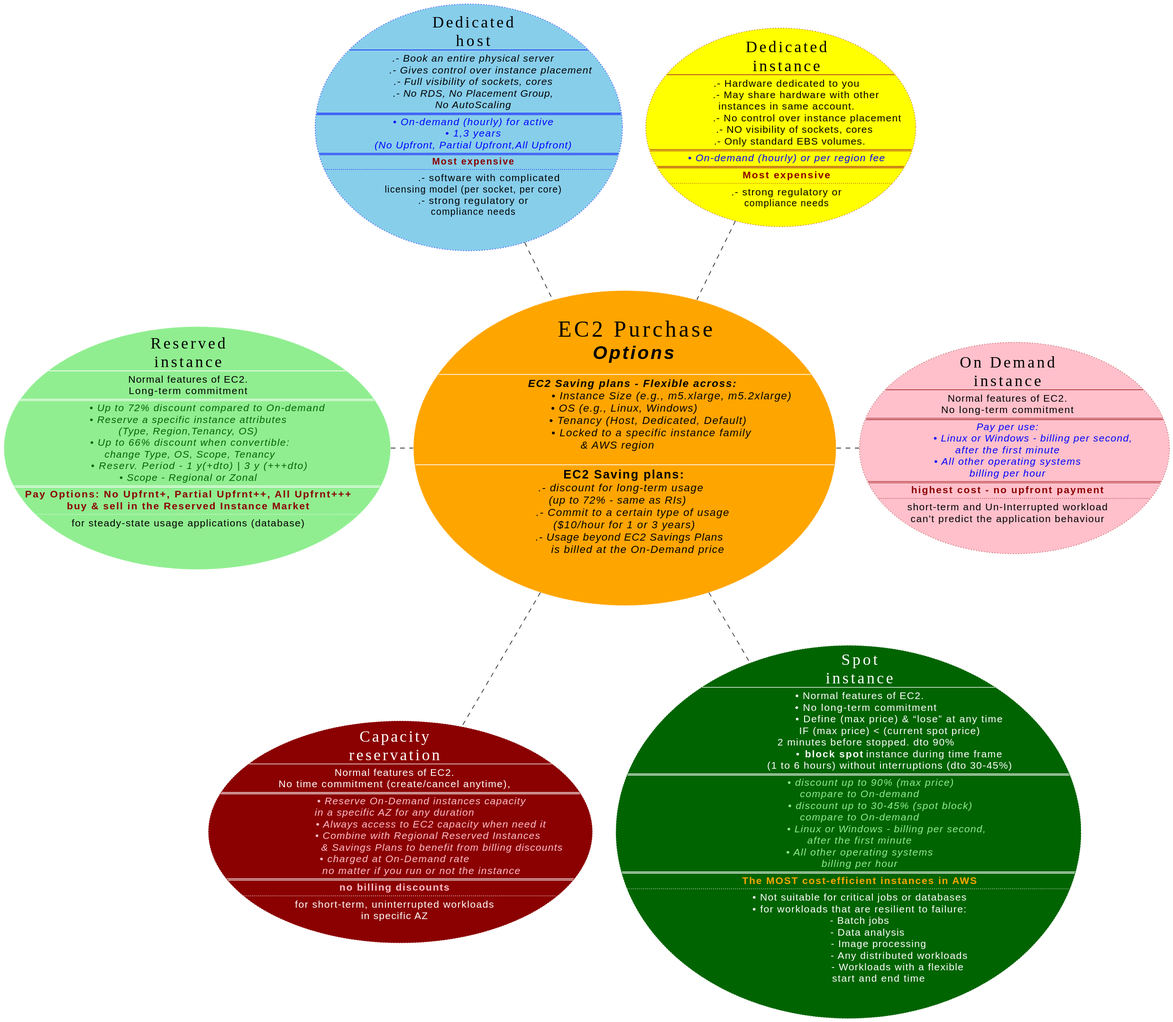
The PlantUML diagram assets/uml/003-ec2/ec2-purchase-options.svg in avall/AWS-SAA-C03, before a commit.
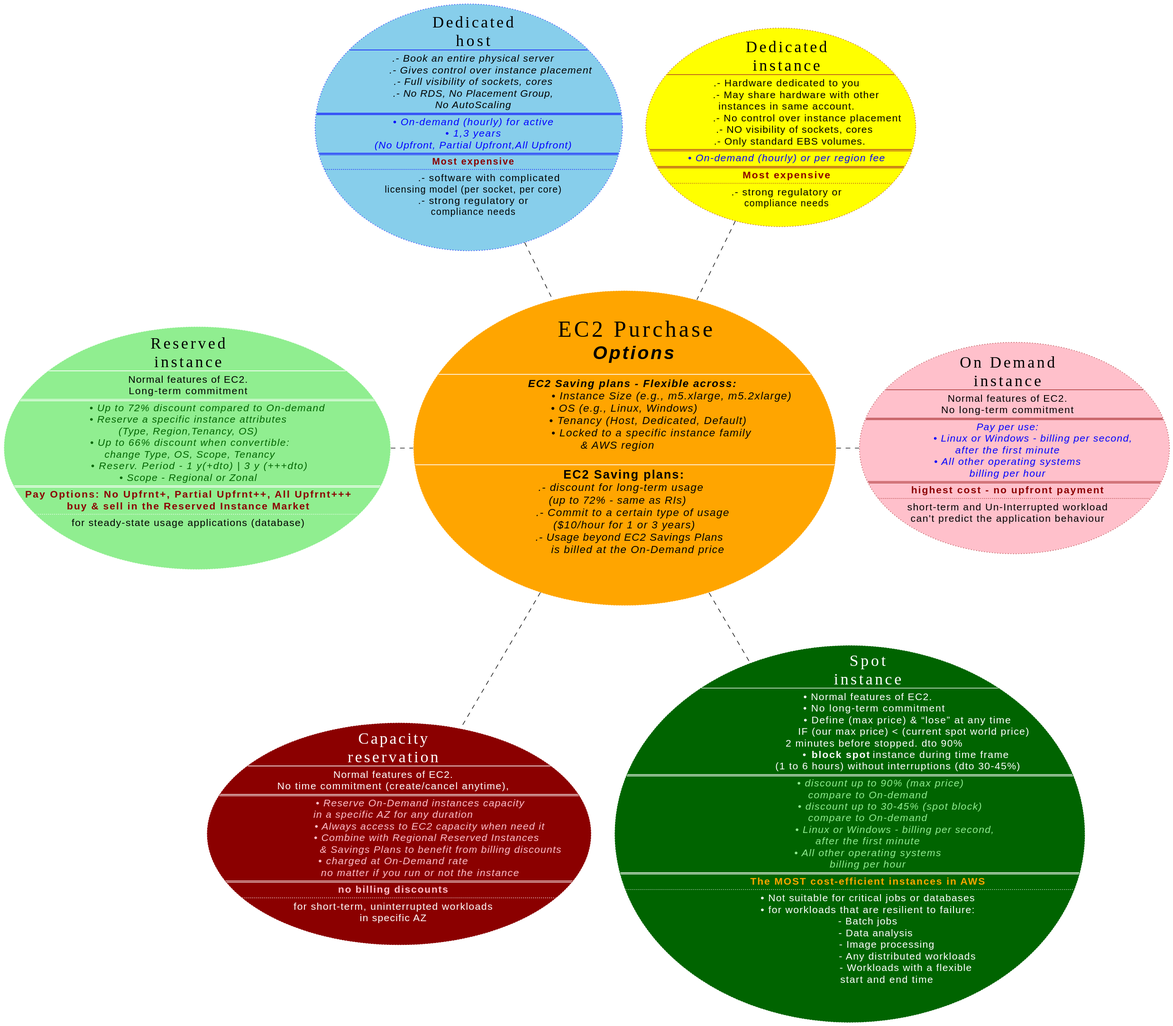
Above is the later version.

Commit message:
- EC2 spot fleets

Change to the diagram source:
```diff
@@ -113,9 +113,9 @@
 <size:15>• Normal features of EC2.
 <size:15>    • No long-term commitment
 <size:15>                         • Define (max price) & “lose” at any time
-<size:15>                   IF (max price) < (current spot price)
+<size:15>                             IF (our max price) < (current spot world price)
 <size:15>    2 minutes before stopped. dto 90%
-<size:15>                         • <b>block spot</b> instance during time frame
+<size:15>                        • <b>block spot</b> instance during time frame
 <size:15>                   (1 to 6 hours) without interruptions (dto 30-45%)
 ====
 <i><size:15><color:lightgreen>        • discount up to 90% (max price)
```
